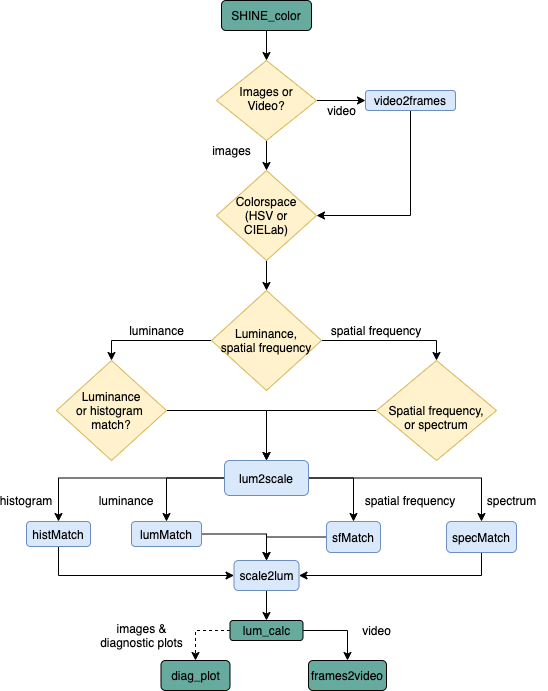
Above: paper/fig1.png in RodDalBen/SHINE_color (draw.io), before the change. Source tidied: cells renumbered, new cells last; positions are measured from the earlier drawing's top-left corner, leaving out a move shared by most shapes. Source of this version:
```xml
<mxGraphModel>
  <root>
    <mxCell id="0" />
    <mxCell id="1" parent="0" />
    <mxCell id="2" style="edgeStyle=orthogonalEdgeStyle;rounded=0;jettySize=auto;html=1;" parent="1" edge="1" source="3" target="6">
      <mxGeometry relative="1" as="geometry" />
    </mxCell>
    <mxCell id="3" value="SHINE_color" style="rounded=1;whiteSpace=wrap;html=1;fontSize=12;glass=0;strokeWidth=1;shadow=0;fillColor=#67AB9F;" parent="1" vertex="1">
      <mxGeometry x="215" width="90" height="30" as="geometry" />
    </mxCell>
    <mxCell id="4" style="edgeStyle=orthogonalEdgeStyle;rounded=0;jettySize=auto;html=1;entryX=0.5;entryY=0;entryDx=0;entryDy=0;" parent="1" edge="1" source="6" target="10">
      <mxGeometry relative="1" as="geometry" />
    </mxCell>
    <mxCell id="5" style="edgeStyle=orthogonalEdgeStyle;rounded=0;jettySize=auto;html=1;" parent="1" edge="1" source="6" target="8">
      <mxGeometry relative="1" as="geometry" />
    </mxCell>
    <mxCell id="6" value="Images or Video?" style="rhombus;whiteSpace=wrap;html=1;shadow=0;fontFamily=Helvetica;fontSize=12;align=center;strokeWidth=1;spacing=6;spacingTop=-4;fillColor=#fff2cc;strokeColor=#d6b656;" parent="1" vertex="1">
      <mxGeometry x="210" y="60" width="100" height="80" as="geometry" />
    </mxCell>
    <mxCell id="7" style="edgeStyle=orthogonalEdgeStyle;rounded=0;jettySize=auto;html=1;entryX=1;entryY=0.5;entryDx=0;entryDy=0;exitX=0.5;exitY=1;exitDx=0;exitDy=0;" parent="1" edge="1" source="8" target="10">
      <mxGeometry relative="1" as="geometry">
        <Array as="points">
          <mxPoint x="404" y="215" />
        </Array>
      </mxGeometry>
    </mxCell>
    <mxCell id="8" value="video2frames" style="rounded=1;whiteSpace=wrap;html=1;fontSize=12;glass=0;strokeWidth=1;shadow=0;fillColor=#dae8fc;strokeColor=#6c8ebf;" parent="1" vertex="1">
      <mxGeometry x="359" y="90" width="90" height="20" as="geometry" />
    </mxCell>
    <mxCell id="9" style="edgeStyle=orthogonalEdgeStyle;rounded=0;jettySize=auto;html=1;" parent="1" edge="1" source="10" target="13">
      <mxGeometry relative="1" as="geometry" />
    </mxCell>
    <mxCell id="10" value="Colorspace&lt;br&gt;(HSV or&lt;br&gt;CIELab)" style="rhombus;whiteSpace=wrap;html=1;fillColor=#fff2cc;strokeColor=#d6b656;" parent="1" vertex="1">
      <mxGeometry x="210" y="170" width="100" height="90" as="geometry" />
    </mxCell>
    <mxCell id="11" style="edgeStyle=orthogonalEdgeStyle;rounded=0;jettySize=auto;html=1;entryX=0.5;entryY=0;entryDx=0;entryDy=0;" parent="1" edge="1" source="13" target="15">
      <mxGeometry relative="1" as="geometry" />
    </mxCell>
    <mxCell id="12" style="edgeStyle=orthogonalEdgeStyle;rounded=0;jettySize=auto;html=1;entryX=0.5;entryY=0;entryDx=0;entryDy=0;" parent="1" edge="1" source="13" target="23">
      <mxGeometry relative="1" as="geometry" />
    </mxCell>
    <mxCell id="13" value="Luminance,&lt;br&gt;spatial frequency&lt;br&gt;" style="rhombus;whiteSpace=wrap;html=1;fillColor=#fff2cc;strokeColor=#d6b656;" parent="1" vertex="1">
      <mxGeometry x="205" y="290" width="110" height="100" as="geometry" />
    </mxCell>
    <mxCell id="14" style="edgeStyle=orthogonalEdgeStyle;rounded=0;jettySize=auto;html=1;entryX=0.5;entryY=0;entryDx=0;entryDy=0;" parent="1" edge="1" source="15" target="40">
      <mxGeometry relative="1" as="geometry" />
    </mxCell>
    <mxCell id="15" value="Luminance&lt;br&gt;or histogram &lt;br&gt;match?" style="rhombus;whiteSpace=wrap;html=1;fillColor=#fff2cc;strokeColor=#d6b656;" parent="1" vertex="1">
      <mxGeometry x="50" y="360" width="110" height="100" as="geometry" />
    </mxCell>
    <mxCell id="16" style="edgeStyle=orthogonalEdgeStyle;rounded=0;jettySize=auto;html=1;entryX=0.5;entryY=0;entryDx=0;entryDy=0;" parent="1" edge="1" source="17" target="42">
      <mxGeometry relative="1" as="geometry" />
    </mxCell>
    <mxCell id="17" value="lumMatch" style="rounded=1;whiteSpace=wrap;html=1;fillColor=#dae8fc;strokeColor=#6c8ebf;" parent="1" vertex="1">
      <mxGeometry x="125" y="521" width="70" height="25" as="geometry" />
    </mxCell>
    <mxCell id="18" style="edgeStyle=orthogonalEdgeStyle;rounded=0;jettySize=auto;html=1;entryX=0;entryY=0.5;entryDx=0;entryDy=0;" parent="1" edge="1" source="19" target="42">
      <mxGeometry relative="1" as="geometry">
        <Array as="points">
          <mxPoint x="52" y="575" />
        </Array>
      </mxGeometry>
    </mxCell>
    <mxCell id="19" value="histMatch" style="rounded=1;whiteSpace=wrap;html=1;fillColor=#dae8fc;strokeColor=#6c8ebf;" parent="1" vertex="1">
      <mxGeometry x="20" y="521" width="64" height="25" as="geometry" />
    </mxCell>
    <mxCell id="20" value="histogram" style="text;html=1;strokeColor=none;fillColor=none;align=center;verticalAlign=middle;whiteSpace=wrap;rounded=0;" parent="1" vertex="1">
      <mxGeometry y="490" width="40" height="20" as="geometry" />
    </mxCell>
    <mxCell id="21" value="luminance" style="text;html=1;strokeColor=none;fillColor=none;align=center;verticalAlign=middle;whiteSpace=wrap;rounded=0;" parent="1" vertex="1">
      <mxGeometry x="100" y="490" width="40" height="20" as="geometry" />
    </mxCell>
    <mxCell id="22" style="edgeStyle=orthogonalEdgeStyle;rounded=0;jettySize=auto;html=1;entryX=0.5;entryY=0;entryDx=0;entryDy=0;" parent="1" edge="1" source="23" target="40">
      <mxGeometry relative="1" as="geometry" />
    </mxCell>
    <mxCell id="23" value="&lt;br&gt;Spatial frequency,&lt;br&gt;or spectrum" style="rhombus;whiteSpace=wrap;html=1;fillColor=#fff2cc;strokeColor=#d6b656;" parent="1" vertex="1">
      <mxGeometry x="370" y="360" width="120" height="100" as="geometry" />
    </mxCell>
    <mxCell id="24" value="spatial frequency" style="text;html=1;strokeColor=none;fillColor=none;align=center;verticalAlign=middle;whiteSpace=wrap;rounded=0;" parent="1" vertex="1">
      <mxGeometry x="320" y="320" width="100" height="20" as="geometry" />
    </mxCell>
    <mxCell id="25" style="edgeStyle=orthogonalEdgeStyle;rounded=0;jettySize=auto;html=1;entryX=0.5;entryY=0;entryDx=0;entryDy=0;" parent="1" edge="1" source="26" target="42">
      <mxGeometry relative="1" as="geometry" />
    </mxCell>
    <mxCell id="26" value="sfMatch" style="rounded=1;whiteSpace=wrap;html=1;fillColor=#dae8fc;strokeColor=#6c8ebf;" parent="1" vertex="1">
      <mxGeometry x="320" y="521" width="54" height="31" as="geometry" />
    </mxCell>
    <mxCell id="27" style="edgeStyle=orthogonalEdgeStyle;rounded=0;jettySize=auto;html=1;entryX=1;entryY=0.5;entryDx=0;entryDy=0;" parent="1" edge="1" source="28" target="42">
      <mxGeometry relative="1" as="geometry">
        <Array as="points">
          <mxPoint x="475" y="575" />
        </Array>
      </mxGeometry>
    </mxCell>
    <mxCell id="28" value="specMatch" style="rounded=1;whiteSpace=wrap;html=1;fillColor=#dae8fc;strokeColor=#6c8ebf;" parent="1" vertex="1">
      <mxGeometry x="440" y="521" width="70" height="31" as="geometry" />
    </mxCell>
    <mxCell id="29" value="spatial frequency" style="text;html=1;strokeColor=none;fillColor=none;align=center;verticalAlign=middle;whiteSpace=wrap;rounded=0;" parent="1" vertex="1">
      <mxGeometry x="354" y="490" width="100" height="20" as="geometry" />
    </mxCell>
    <mxCell id="30" value="spectrum" style="text;html=1;strokeColor=none;fillColor=none;align=center;verticalAlign=middle;whiteSpace=wrap;rounded=0;" parent="1" vertex="1">
      <mxGeometry x="470" y="490" width="71" height="20" as="geometry" />
    </mxCell>
    <mxCell id="31" style="edgeStyle=orthogonalEdgeStyle;rounded=0;jettySize=auto;html=1;entryX=0.5;entryY=0;entryDx=0;entryDy=0;dashed=1;" parent="1" edge="1" source="33" target="34">
      <mxGeometry relative="1" as="geometry">
        <Array as="points">
          <mxPoint x="189" y="630" />
        </Array>
      </mxGeometry>
    </mxCell>
    <mxCell id="32" style="edgeStyle=orthogonalEdgeStyle;rounded=0;jettySize=auto;html=1;entryX=0.5;entryY=0;entryDx=0;entryDy=0;" parent="1" edge="1" source="33" target="35">
      <mxGeometry relative="1" as="geometry" />
    </mxCell>
    <mxCell id="33" value="lum_calc" style="rounded=1;whiteSpace=wrap;html=1;fillColor=#67AB9F;" parent="1" vertex="1">
      <mxGeometry x="223.5" y="620" width="73" height="20" as="geometry" />
    </mxCell>
    <mxCell id="34" value="diag_plot" style="rounded=1;whiteSpace=wrap;html=1;fillColor=#67AB9F;" parent="1" vertex="1">
      <mxGeometry x="154.5" y="660" width="69" height="30" as="geometry" />
    </mxCell>
    <mxCell id="35" value="frames2video" style="rounded=1;whiteSpace=wrap;html=1;fillColor=#67AB9F;" parent="1" vertex="1">
      <mxGeometry x="302" y="660" width="78" height="30" as="geometry" />
    </mxCell>
    <mxCell id="36" style="edgeStyle=orthogonalEdgeStyle;rounded=0;jettySize=auto;html=1;entryX=0.5;entryY=0;entryDx=0;entryDy=0;" parent="1" edge="1" source="40" target="17">
      <mxGeometry relative="1" as="geometry" />
    </mxCell>
    <mxCell id="37" style="edgeStyle=orthogonalEdgeStyle;rounded=0;jettySize=auto;html=1;entryX=0.5;entryY=0;entryDx=0;entryDy=0;" parent="1" edge="1" source="40" target="19">
      <mxGeometry relative="1" as="geometry" />
    </mxCell>
    <mxCell id="38" style="edgeStyle=orthogonalEdgeStyle;rounded=0;jettySize=auto;html=1;entryX=0.5;entryY=0;entryDx=0;entryDy=0;" parent="1" edge="1" source="40" target="26">
      <mxGeometry relative="1" as="geometry" />
    </mxCell>
    <mxCell id="39" style="edgeStyle=orthogonalEdgeStyle;rounded=0;jettySize=auto;html=1;entryX=0.5;entryY=0;entryDx=0;entryDy=0;" parent="1" edge="1" source="40" target="28">
      <mxGeometry relative="1" as="geometry" />
    </mxCell>
    <mxCell id="40" value="lum2scale" style="rounded=1;whiteSpace=wrap;html=1;fillColor=#dae8fc;strokeColor=#6c8ebf;" parent="1" vertex="1">
      <mxGeometry x="218" y="460" width="84" height="35" as="geometry" />
    </mxCell>
    <mxCell id="41" style="edgeStyle=orthogonalEdgeStyle;rounded=0;jettySize=auto;html=1;" parent="1" edge="1" source="42" target="33">
      <mxGeometry relative="1" as="geometry" />
    </mxCell>
    <mxCell id="42" value="scale2lum" style="rounded=1;whiteSpace=wrap;html=1;fillColor=#dae8fc;strokeColor=#6c8ebf;" parent="1" vertex="1">
      <mxGeometry x="227.5" y="560" width="65" height="30" as="geometry" />
    </mxCell>
    <mxCell id="43" value="video" style="text;html=1;align=center;verticalAlign=middle;strokeColor=none;fillColor=none;" parent="1" vertex="1">
      <mxGeometry x="350" y="620" width="40" height="20" as="geometry" />
    </mxCell>
    <mxCell id="44" value="video" style="text;html=1;align=center;verticalAlign=middle;strokeColor=none;fillColor=none;" parent="1" vertex="1">
      <mxGeometry x="315" y="100" width="40" height="20" as="geometry" />
    </mxCell>
    <mxCell id="45" value="images" style="text;html=1;align=center;verticalAlign=middle;strokeColor=none;fillColor=none;" parent="1" vertex="1">
      <mxGeometry x="200" y="140" width="50" height="20" as="geometry" />
    </mxCell>
    <mxCell id="46" value="luminance" style="text;html=1;align=center;verticalAlign=middle;strokeColor=none;fillColor=none;" parent="1" vertex="1">
      <mxGeometry x="115" y="320" width="70" height="20" as="geometry" />
    </mxCell>
    <mxCell id="47" value="images &amp;amp;&lt;br&gt;diagnostic plots" style="text;html=1;align=center;verticalAlign=middle;strokeColor=none;fillColor=none;" parent="1" vertex="1">
      <mxGeometry x="85" y="620" width="100" height="30" as="geometry" />
    </mxCell>
  </root>
</mxGraphModel>
```
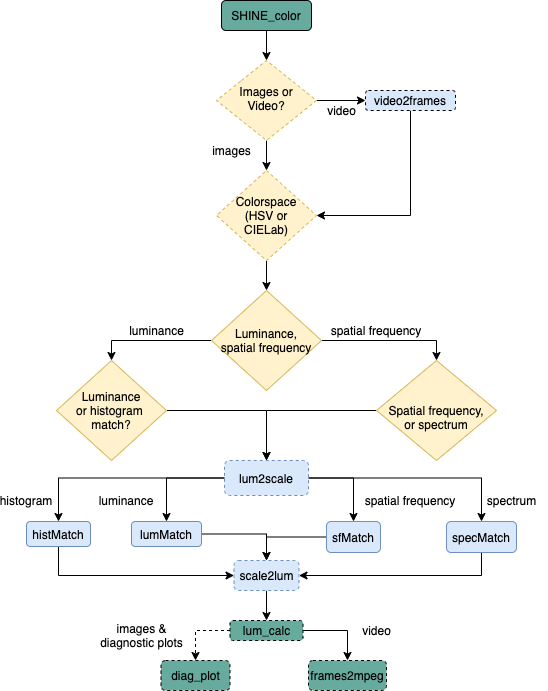
After the commit.

The edit, as a diff of the source:
```diff
@@ -14,7 +14,7 @@
     <mxCell id="5" style="edgeStyle=orthogonalEdgeStyle;rounded=0;jettySize=auto;html=1;" parent="1" edge="1" source="6" target="8">
       <mxGeometry relative="1" as="geometry" />
     </mxCell>
-    <mxCell id="6" value="Images or Video?" style="rhombus;whiteSpace=wrap;html=1;shadow=0;fontFamily=Helvetica;fontSize=12;align=center;strokeWidth=1;spacing=6;spacingTop=-4;fillColor=#fff2cc;strokeColor=#d6b656;" parent="1" vertex="1">
+    <mxCell id="6" value="Images or Video?" style="rhombus;whiteSpace=wrap;html=1;shadow=0;fontFamily=Helvetica;fontSize=12;align=center;strokeWidth=1;spacing=6;spacingTop=-4;fillColor=#fff2cc;strokeColor=#d6b656;sketch=0;fillStyle=solid;rounded=1;arcSize=0;dashed=1;" parent="1" vertex="1">
       <mxGeometry x="210" y="60" width="100" height="80" as="geometry" />
     </mxCell>
     <mxCell id="7" style="edgeStyle=orthogonalEdgeStyle;rounded=0;jettySize=auto;html=1;entryX=1;entryY=0.5;entryDx=0;entryDy=0;exitX=0.5;exitY=1;exitDx=0;exitDy=0;" parent="1" edge="1" source="8" target="10">
@@ -24,13 +24,13 @@
         </Array>
       </mxGeometry>
     </mxCell>
-    <mxCell id="8" value="video2frames" style="rounded=1;whiteSpace=wrap;html=1;fontSize=12;glass=0;strokeWidth=1;shadow=0;fillColor=#dae8fc;strokeColor=#6c8ebf;" parent="1" vertex="1">
+    <mxCell id="8" value="video2frames" style="rounded=1;whiteSpace=wrap;html=1;fontSize=12;glass=0;strokeWidth=1;shadow=0;fillColor=#dae8fc;strokeColor=default;sketch=0;dashed=1;" parent="1" vertex="1">
       <mxGeometry x="359" y="90" width="90" height="20" as="geometry" />
     </mxCell>
     <mxCell id="9" style="edgeStyle=orthogonalEdgeStyle;rounded=0;jettySize=auto;html=1;" parent="1" edge="1" source="10" target="13">
       <mxGeometry relative="1" as="geometry" />
     </mxCell>
-    <mxCell id="10" value="Colorspace&lt;br&gt;(HSV or&lt;br&gt;CIELab)" style="rhombus;whiteSpace=wrap;html=1;fillColor=#fff2cc;strokeColor=#d6b656;" parent="1" vertex="1">
+    <mxCell id="10" value="Colorspace&lt;br&gt;(HSV or&lt;br&gt;CIELab)" style="rhombus;whiteSpace=wrap;html=1;fillColor=#fff2cc;strokeColor=#d6b656;dashed=1;" parent="1" vertex="1">
       <mxGeometry x="210" y="170" width="100" height="90" as="geometry" />
     </mxCell>
     <mxCell id="11" style="edgeStyle=orthogonalEdgeStyle;rounded=0;jettySize=auto;html=1;entryX=0.5;entryY=0;entryDx=0;entryDy=0;" parent="1" edge="1" source="13" target="15">
@@ -111,13 +111,13 @@
     <mxCell id="32" style="edgeStyle=orthogonalEdgeStyle;rounded=0;jettySize=auto;html=1;entryX=0.5;entryY=0;entryDx=0;entryDy=0;" parent="1" edge="1" source="33" target="35">
       <mxGeometry relative="1" as="geometry" />
     </mxCell>
-    <mxCell id="33" value="lum_calc" style="rounded=1;whiteSpace=wrap;html=1;fillColor=#67AB9F;" parent="1" vertex="1">
+    <mxCell id="33" value="lum_calc" style="rounded=1;whiteSpace=wrap;html=1;fillColor=#67AB9F;dashed=1;" parent="1" vertex="1">
       <mxGeometry x="223.5" y="620" width="73" height="20" as="geometry" />
     </mxCell>
-    <mxCell id="34" value="diag_plot" style="rounded=1;whiteSpace=wrap;html=1;fillColor=#67AB9F;" parent="1" vertex="1">
+    <mxCell id="34" value="diag_plot" style="rounded=1;whiteSpace=wrap;html=1;fillColor=#67AB9F;dashed=1;" parent="1" vertex="1">
       <mxGeometry x="154.5" y="660" width="69" height="30" as="geometry" />
     </mxCell>
-    <mxCell id="35" value="frames2video" style="rounded=1;whiteSpace=wrap;html=1;fillColor=#67AB9F;" parent="1" vertex="1">
+    <mxCell id="35" value="frames2mpeg" style="rounded=1;whiteSpace=wrap;html=1;fillColor=#67AB9F;dashed=1;" parent="1" vertex="1">
       <mxGeometry x="302" y="660" width="78" height="30" as="geometry" />
     </mxCell>
     <mxCell id="36" style="edgeStyle=orthogonalEdgeStyle;rounded=0;jettySize=auto;html=1;entryX=0.5;entryY=0;entryDx=0;entryDy=0;" parent="1" edge="1" source="40" target="17">
@@ -132,13 +132,13 @@
     <mxCell id="39" style="edgeStyle=orthogonalEdgeStyle;rounded=0;jettySize=auto;html=1;entryX=0.5;entryY=0;entryDx=0;entryDy=0;" parent="1" edge="1" source="40" target="28">
       <mxGeometry relative="1" as="geometry" />
     </mxCell>
-    <mxCell id="40" value="lum2scale" style="rounded=1;whiteSpace=wrap;html=1;fillColor=#dae8fc;strokeColor=#6c8ebf;" parent="1" vertex="1">
+    <mxCell id="40" value="lum2scale" style="rounded=1;whiteSpace=wrap;html=1;fillColor=#dae8fc;strokeColor=#6c8ebf;dashed=1;" parent="1" vertex="1">
       <mxGeometry x="218" y="460" width="84" height="35" as="geometry" />
     </mxCell>
     <mxCell id="41" style="edgeStyle=orthogonalEdgeStyle;rounded=0;jettySize=auto;html=1;" parent="1" edge="1" source="42" target="33">
       <mxGeometry relative="1" as="geometry" />
     </mxCell>
-    <mxCell id="42" value="scale2lum" style="rounded=1;whiteSpace=wrap;html=1;fillColor=#dae8fc;strokeColor=#6c8ebf;" parent="1" vertex="1">
+    <mxCell id="42" value="scale2lum" style="rounded=1;whiteSpace=wrap;html=1;fillColor=#dae8fc;strokeColor=#6c8ebf;dashed=1;" parent="1" vertex="1">
       <mxGeometry x="227.5" y="560" width="65" height="30" as="geometry" />
     </mxCell>
     <mxCell id="43" value="video" style="text;html=1;align=center;verticalAlign=middle;strokeColor=none;fillColor=none;" parent="1" vertex="1">
```
